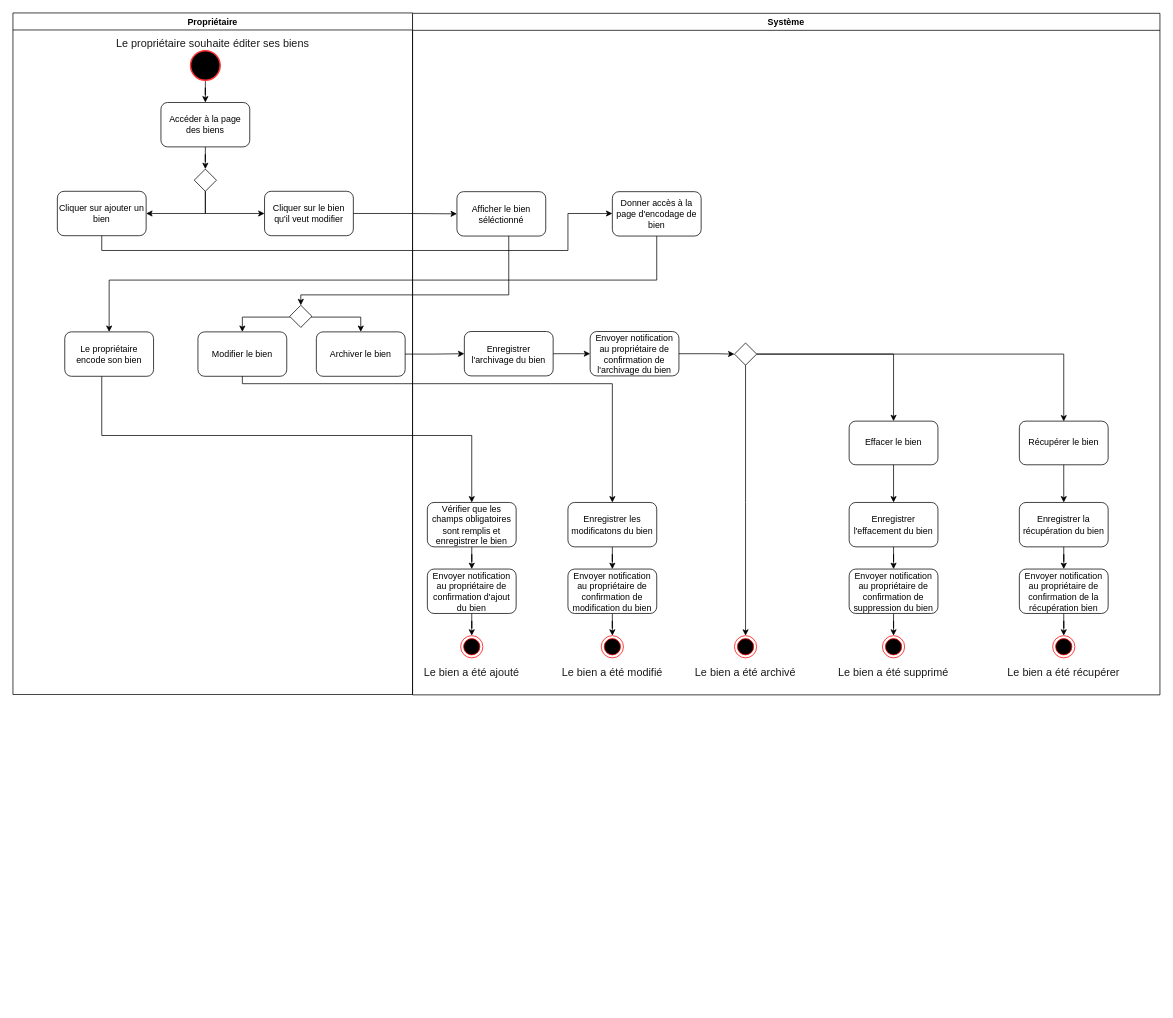
Before: page "Editer bien" (10 of 20) of Ko-loc (1).drawio in Julienthum/Co-Lock, a draw.io diagram. Source tidied: cells renumbered, new cells numbered last; positions are measured from the earlier drawing's top-left corner, leaving out a move shared by most shapes. Both pictures are drawn from the tidied source at 74%, with x=0, y=0 at pixel (13, 13).
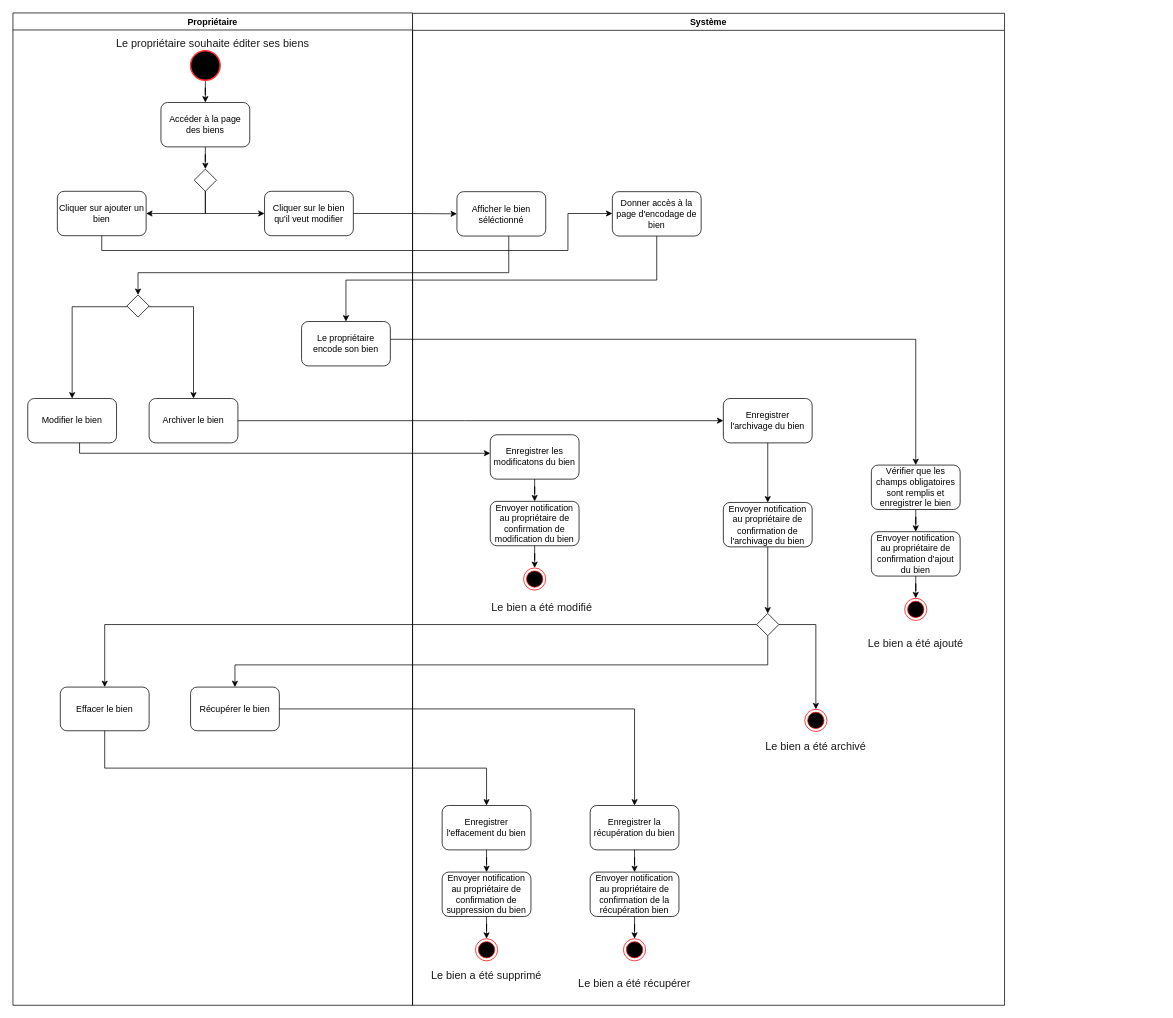
The same diagram, later.

Unchanged cells that the change refers to:
```xml
<mxCell id="20" value="Afficher le bien séléctionné" style="rounded=1;whiteSpace=wrap;html=1;fontSize=12;strokeColor=#000000;fillColor=#FFFFFF;" parent="19" vertex="1">
  <mxGeometry x="60" y="241" width="120" height="60" as="geometry" />
</mxCell>
<mxCell id="25" value="Donner accès à la page d'encodage de bien" style="rounded=1;whiteSpace=wrap;html=1;fontSize=12;strokeColor=#000000;fillColor=#FFFFFF;" parent="19" vertex="1">
  <mxGeometry x="270" y="241" width="120" height="60" as="geometry" />
</mxCell>
```

Change to the diagram source:
```diff
@@
     <mxCell id="2" value="Propriétaire" style="swimlane;fontSize=12;strokeColor=#000000;fillColor=#FFFFFF;startSize=23;" parent="1" vertex="1">
-      <mxGeometry width="540" height="921" as="geometry" />
+      <mxGeometry width="540" height="1341" as="geometry" />
     </mxCell>
@@
     <mxCell id="13" style="edgeStyle=orthogonalEdgeStyle;rounded=0;jettySize=auto;html=1;entryX=0.5;entryY=0;entryDx=0;entryDy=0;fontSize=12;" parent="2" edge="1" source="15" target="16">
       <mxGeometry relative="1" as="geometry">
         <Array as="points">
-          <mxPoint x="470" y="411" />
+          <mxPoint x="244" y="397" />
         </Array>
       </mxGeometry>
     </mxCell>
-    <mxCell id="14" style="edgeStyle=orthogonalEdgeStyle;rounded=0;jettySize=auto;html=1;entryX=0.5;entryY=0;entryDx=0;entryDy=0;fontSize=12;" parent="2" edge="1" source="15" target="17">
+    <mxCell id="14" style="edgeStyle=orthogonalEdgeStyle;rounded=0;jettySize=auto;html=1;fontSize=12;entryX=0.5;entryY=0;entryDx=0;entryDy=0;" parent="2" edge="1" source="15" target="17">
       <mxGeometry relative="1" as="geometry">
         <Array as="points">
-          <mxPoint x="310" y="411" />
+          <mxPoint x="80" y="397" />
         </Array>
       </mxGeometry>
     </mxCell>
     <mxCell id="15" style="rhombus;whiteSpace=wrap;html=1;fontSize=12;strokeColor=#000000;fillColor=#FFFFFF;" parent="2" vertex="1">
-      <mxGeometry x="374" y="395" width="30" height="30" as="geometry" />
+      <mxGeometry x="154" y="381" width="30" height="30" as="geometry" />
     </mxCell>
     <mxCell id="16" value="Archiver le bien" style="rounded=1;whiteSpace=wrap;html=1;fontSize=12;strokeColor=#000000;fillColor=#FFFFFF;" parent="2" vertex="1">
-      <mxGeometry x="410" y="431" width="120" height="60" as="geometry" />
+      <mxGeometry x="184" y="521" width="120" height="60" as="geometry" />
     </mxCell>
     <mxCell id="17" value="Modifier le bien" style="rounded=1;whiteSpace=wrap;html=1;fontSize=12;strokeColor=#000000;fillColor=#FFFFFF;" parent="2" vertex="1">
-      <mxGeometry x="250" y="431" width="120" height="60" as="geometry" />
+      <mxGeometry x="20" y="521" width="120" height="60" as="geometry" />
     </mxCell>
-    <mxCell id="18" value="Le propriétaire encode son bien" style="rounded=1;whiteSpace=wrap;html=1;fontSize=12;strokeColor=#000000;fillColor=#FFFFFF;" parent="2" vertex="1">
-      <mxGeometry x="70" y="431" width="120" height="60" as="geometry" />
-    </mxCell>
+    <mxCell id="40" value="Effacer le bien" style="rounded=1;whiteSpace=wrap;html=1;fontSize=12;strokeColor=#000000;fillColor=#FFFFFF;" parent="2" vertex="1">
+      <mxGeometry x="64" y="911" width="120" height="59" as="geometry" />
+    </mxCell>
+    <mxCell id="54" value="Récupérer le bien" style="rounded=1;whiteSpace=wrap;html=1;fontSize=12;strokeColor=#000000;fillColor=#FFFFFF;" parent="2" vertex="1">
+      <mxGeometry x="240" y="911" width="120" height="59" as="geometry" />
+    </mxCell>
     <mxCell id="19" value="Système" style="swimlane;fontSize=12;strokeColor=#000000;fillColor=#FFFFFF;" parent="1" vertex="1">
-      <mxGeometry x="540" y="0.5" width="1010" height="921" as="geometry" />
+      <mxGeometry x="540" y="0.5" width="800" height="1340.5" as="geometry" />
     </mxCell>
@@
     <mxCell id="22" value="Enregistrer l'effacement du bien" style="rounded=1;whiteSpace=wrap;html=1;fontSize=12;strokeColor=#000000;fillColor=#FFFFFF;" parent="19" vertex="1">
-      <mxGeometry x="590" y="661" width="120" height="60" as="geometry" />
+      <mxGeometry x="40" y="1070.5" width="120" height="60" as="geometry" />
     </mxCell>
-    <mxCell id="23" style="edgeStyle=orthogonalEdgeStyle;rounded=0;jettySize=auto;html=1;fontSize=12;" parent="19" edge="1" source="24" target="31">
-      <mxGeometry relative="1" as="geometry" />
-    </mxCell>
-    <mxCell id="24" value="Enregistrer les modificatons du bien" style="rounded=1;whiteSpace=wrap;html=1;fontSize=12;strokeColor=#000000;fillColor=#FFFFFF;" parent="19" vertex="1">
-      <mxGeometry x="210" y="661" width="120" height="60" as="geometry" />
-    </mxCell>
@@
     <mxCell id="27" value="Vérifier que les champs obligatoires sont remplis et enregistrer le bien" style="rounded=1;whiteSpace=wrap;html=1;fontSize=12;strokeColor=#000000;fillColor=#FFFFFF;" parent="19" vertex="1">
-      <mxGeometry x="20" y="661" width="120" height="60" as="geometry" />
+      <mxGeometry x="620" y="610.5" width="120" height="60" as="geometry" />
     </mxCell>
@@
     <mxCell id="29" value="Envoyer notification au propriétaire de confirmation d'ajout du bien" style="rounded=1;whiteSpace=wrap;html=1;fontSize=12;strokeColor=#000000;fillColor=#FFFFFF;" parent="19" vertex="1">
-      <mxGeometry x="20" y="751" width="120" height="60" as="geometry" />
+      <mxGeometry x="620" y="700.5" width="120" height="60" as="geometry" />
     </mxCell>
-    <mxCell id="30" style="edgeStyle=orthogonalEdgeStyle;rounded=0;jettySize=auto;html=1;entryX=0.5;entryY=0;entryDx=0;entryDy=0;fontSize=12;" parent="19" edge="1" source="31" target="35">
-      <mxGeometry relative="1" as="geometry" />
-    </mxCell>
-    <mxCell id="31" value="Envoyer notification au propriétaire de confirmation de modification du bien" style="rounded=1;whiteSpace=wrap;html=1;fontSize=12;strokeColor=#000000;fillColor=#FFFFFF;" parent="19" vertex="1">
-      <mxGeometry x="210" y="751" width="120" height="60" as="geometry" />
-    </mxCell>
@@
     <mxCell id="33" value="Envoyer notification au propriétaire de confirmation de suppression du bien" style="rounded=1;whiteSpace=wrap;html=1;fontSize=12;strokeColor=#000000;fillColor=#FFFFFF;" parent="19" vertex="1">
-      <mxGeometry x="590" y="751" width="120" height="60" as="geometry" />
+      <mxGeometry x="40" y="1160.5" width="120" height="60" as="geometry" />
     </mxCell>
     <mxCell id="34" style="ellipse;html=1;shape=endState;fillColor=#000000;strokeColor=#ff0000;fontSize=12;" parent="19" vertex="1">
-      <mxGeometry x="65" y="841" width="30" height="30" as="geometry" />
+      <mxGeometry x="665" y="790.5" width="30" height="30" as="geometry" />
     </mxCell>
-    <mxCell id="35" style="ellipse;html=1;shape=endState;fillColor=#000000;strokeColor=#ff0000;fontSize=12;" parent="19" vertex="1">
-      <mxGeometry x="255" y="841" width="30" height="30" as="geometry" />
-    </mxCell>
     <mxCell id="36" style="ellipse;html=1;shape=endState;fillColor=#000000;strokeColor=#ff0000;fontSize=12;" parent="19" vertex="1">
-      <mxGeometry x="635" y="841" width="30" height="30" as="geometry" />
+      <mxGeometry x="85" y="1250.5" width="30" height="30" as="geometry" />
     </mxCell>
     <mxCell id="37" value="&lt;font color=&quot;#1a1a1a&quot; face=&quot;calibri, sans-serif&quot;&gt;&lt;span style=&quot;font-size: 14.6667px&quot;&gt;Le bien a été ajouté&lt;/span&gt;&lt;/font&gt;" style="text;html=1;strokeColor=none;fillColor=none;align=center;verticalAlign=middle;whiteSpace=wrap;rounded=0;fontSize=14;" parent="19" vertex="1">
-      <mxGeometry x="-10" y="881" width="180" height="20" as="geometry" />
+      <mxGeometry x="590" y="841" width="180" height="20" as="geometry" />
     </mxCell>
-    <mxCell id="38" value="&lt;font color=&quot;#1a1a1a&quot; face=&quot;calibri, sans-serif&quot;&gt;&lt;span style=&quot;font-size: 14.6667px&quot;&gt;Le bien a été modifié&lt;/span&gt;&lt;/font&gt;" style="text;html=1;strokeColor=none;fillColor=none;align=center;verticalAlign=middle;whiteSpace=wrap;rounded=0;fontSize=14;" parent="19" vertex="1">
-      <mxGeometry x="180" y="881" width="180" height="20" as="geometry" />
-    </mxCell>
     <mxCell id="39" value="&lt;font color=&quot;#1a1a1a&quot; face=&quot;calibri, sans-serif&quot;&gt;&lt;span style=&quot;font-size: 14.6667px&quot;&gt;Le bien a été supprimé&lt;/span&gt;&lt;/font&gt;" style="text;html=1;strokeColor=none;fillColor=none;align=center;verticalAlign=middle;whiteSpace=wrap;rounded=0;fontSize=14;" parent="19" vertex="1">
-      <mxGeometry x="560" y="881" width="180" height="20" as="geometry" />
+      <mxGeometry x="10" y="1290.5" width="180" height="20" as="geometry" />
     </mxCell>
-    <mxCell id="40" value="Effacer le bien" style="rounded=1;whiteSpace=wrap;html=1;fontSize=12;strokeColor=#000000;fillColor=#FFFFFF;" parent="19" vertex="1">
-      <mxGeometry x="590" y="551.1" width="120" height="59" as="geometry" />
-    </mxCell>
-    <mxCell id="41" style="edgeStyle=orthogonalEdgeStyle;rounded=0;jettySize=auto;html=1;entryX=0.5;entryY=0;entryDx=0;entryDy=0;fontSize=12;startArrow=none;exitX=0.5;exitY=1;exitDx=0;exitDy=0;" parent="19" edge="1" source="40" target="22">
-      <mxGeometry relative="1" as="geometry" />
-    </mxCell>
     <mxCell id="42" value="Enregistrer l'archivage du bien" style="rounded=1;whiteSpace=wrap;html=1;fontSize=12;strokeColor=#000000;fillColor=#FFFFFF;" parent="19" vertex="1">
-      <mxGeometry x="70" y="430" width="120" height="60" as="geometry" />
+      <mxGeometry x="420" y="520.5" width="120" height="60" as="geometry" />
     </mxCell>
+    <mxCell id="57" style="edgeStyle=orthogonalEdgeStyle;rounded=0;jettySize=auto;html=1;entryX=0.5;entryY=0;entryDx=0;entryDy=0;" parent="19" edge="1" source="43" target="47">
+      <mxGeometry relative="1" as="geometry" />
+    </mxCell>
     <mxCell id="43" value="Envoyer notification au propriétaire de confirmation de l'archivage du bien" style="rounded=1;whiteSpace=wrap;html=1;fontSize=12;strokeColor=#000000;fillColor=#FFFFFF;" parent="19" vertex="1">
-      <mxGeometry x="240" y="430" width="120" height="60" as="geometry" />
+      <mxGeometry x="420" y="661" width="120" height="60" as="geometry" />
     </mxCell>
@@
     <mxCell id="45" style="ellipse;html=1;shape=endState;fillColor=#000000;strokeColor=#ff0000;fontSize=12;" parent="19" vertex="1">
-      <mxGeometry x="435" y="841" width="30" height="30" as="geometry" />
+      <mxGeometry x="530" y="940.5" width="30" height="30" as="geometry" />
     </mxCell>
     <mxCell id="46" value="&lt;font color=&quot;#1a1a1a&quot; face=&quot;calibri, sans-serif&quot;&gt;&lt;span style=&quot;font-size: 14.6667px&quot;&gt;Le bien a été archivé&lt;/span&gt;&lt;/font&gt;" style="text;html=1;strokeColor=none;fillColor=none;align=center;verticalAlign=middle;whiteSpace=wrap;rounded=0;fontSize=14;" parent="19" vertex="1">
-      <mxGeometry x="360" y="881" width="180" height="20" as="geometry" />
+      <mxGeometry x="455" y="980.5" width="180" height="20" as="geometry" />
     </mxCell>
+    <mxCell id="56" style="edgeStyle=orthogonalEdgeStyle;rounded=0;jettySize=auto;html=1;entryX=0.5;entryY=0;entryDx=0;entryDy=0;" parent="19" edge="1" source="47" target="45">
+      <mxGeometry relative="1" as="geometry">
+        <Array as="points">
+          <mxPoint x="545" y="826" />
+        </Array>
+      </mxGeometry>
+    </mxCell>
     <mxCell id="47" style="rhombus;whiteSpace=wrap;html=1;fontSize=12;strokeColor=#000000;fillColor=#FFFFFF;" parent="19" vertex="1">
-      <mxGeometry x="435" y="445.5" width="30" height="30" as="geometry" />
+      <mxGeometry x="465" y="811" width="30" height="30" as="geometry" />
     </mxCell>
     <mxCell id="48" value="Enregistrer la récupération du bien" style="rounded=1;whiteSpace=wrap;html=1;fontSize=12;strokeColor=#000000;fillColor=#FFFFFF;" parent="19" vertex="1">
-      <mxGeometry x="820" y="661" width="120" height="60" as="geometry" />
+      <mxGeometry x="240" y="1070.5" width="120" height="60" as="geometry" />
     </mxCell>
     <mxCell id="49" value="Envoyer notification au propriétaire de confirmation de la récupération bien" style="rounded=1;whiteSpace=wrap;html=1;fontSize=12;strokeColor=#000000;fillColor=#FFFFFF;" parent="19" vertex="1">
-      <mxGeometry x="820" y="751" width="120" height="60" as="geometry" />
+      <mxGeometry x="240" y="1160.5" width="120" height="60" as="geometry" />
     </mxCell>
@@
     <mxCell id="51" style="ellipse;html=1;shape=endState;fillColor=#000000;strokeColor=#ff0000;fontSize=12;" parent="19" vertex="1">
-      <mxGeometry x="865" y="841" width="30" height="30" as="geometry" />
+      <mxGeometry x="285" y="1250.5" width="30" height="30" as="geometry" />
     </mxCell>
@@
     <mxCell id="53" value="&lt;font color=&quot;#1a1a1a&quot; face=&quot;calibri, sans-serif&quot;&gt;&lt;span style=&quot;font-size: 14.6667px&quot;&gt;Le bien a été récupérer&lt;/span&gt;&lt;/font&gt;" style="text;html=1;strokeColor=none;fillColor=none;align=center;verticalAlign=middle;whiteSpace=wrap;rounded=0;fontSize=14;" parent="19" vertex="1">
-      <mxGeometry x="790" y="881" width="180" height="20" as="geometry" />
+      <mxGeometry x="210" y="1301" width="180" height="20" as="geometry" />
     </mxCell>
-    <mxCell id="54" value="Récupérer le bien" style="rounded=1;whiteSpace=wrap;html=1;fontSize=12;strokeColor=#000000;fillColor=#FFFFFF;" parent="19" vertex="1">
-      <mxGeometry x="820" y="551.1" width="120" height="59" as="geometry" />
-    </mxCell>
-    <mxCell id="55" style="edgeStyle=orthogonalEdgeStyle;rounded=0;jettySize=auto;html=1;entryX=0.5;entryY=0;entryDx=0;entryDy=0;fontSize=12;startArrow=none;exitX=0.5;exitY=1;exitDx=0;exitDy=0;" parent="19" edge="1" source="54" target="48">
-      <mxGeometry relative="1" as="geometry" />
-    </mxCell>
-    <mxCell id="56" style="edgeStyle=orthogonalEdgeStyle;rounded=0;jettySize=auto;html=1;entryX=0.5;entryY=0;entryDx=0;entryDy=0;fontSize=12;startArrow=none;exitX=0.5;exitY=1;exitDx=0;exitDy=0;" parent="19" edge="1" source="47" target="45">
-      <mxGeometry relative="1" as="geometry">
-        <Array as="points">
-          <mxPoint x="450" y="661" />
-          <mxPoint x="450" y="661" />
-        </Array>
-      </mxGeometry>
-    </mxCell>
-    <mxCell id="57" style="edgeStyle=orthogonalEdgeStyle;rounded=0;jettySize=auto;html=1;fontSize=12;startArrow=none;exitX=1;exitY=0.5;exitDx=0;exitDy=0;entryX=0;entryY=0.5;entryDx=0;entryDy=0;" parent="19" edge="1" source="43" target="47">
-      <mxGeometry relative="1" as="geometry">
-        <Array as="points">
-          <mxPoint x="410" y="460" />
-          <mxPoint x="435" y="461" />
-        </Array>
-      </mxGeometry>
-    </mxCell>
-    <mxCell id="58" style="edgeStyle=orthogonalEdgeStyle;rounded=0;jettySize=auto;html=1;fontSize=12;startArrow=none;exitX=1;exitY=0.5;exitDx=0;exitDy=0;entryX=0.5;entryY=0;entryDx=0;entryDy=0;" parent="19" edge="1" source="47" target="40">
-      <mxGeometry relative="1" as="geometry">
-        <Array as="points">
-          <mxPoint x="650" y="461" />
-        </Array>
-      </mxGeometry>
-    </mxCell>
-    <mxCell id="59" style="edgeStyle=orthogonalEdgeStyle;rounded=0;orthogonalLoop=1;jettySize=auto;html=1;fontSize=12;startArrow=none;exitX=1;exitY=0.5;exitDx=0;exitDy=0;" parent="19" edge="1">
-      <mxGeometry relative="1" as="geometry">
-        <mxPoint x="465" y="460.5" as="sourcePoint" />
-        <mxPoint x="880" y="551.5" as="targetPoint" />
-        <Array as="points">
-          <mxPoint x="880" y="461" />
-          <mxPoint x="880" y="551" />
-        </Array>
-      </mxGeometry>
-    </mxCell>
+    <mxCell id="24" value="Enregistrer les modificatons du bien" style="rounded=1;whiteSpace=wrap;html=1;fontSize=12;strokeColor=#000000;fillColor=#FFFFFF;" parent="19" vertex="1">
+      <mxGeometry x="105" y="569.5" width="120" height="60" as="geometry" />
+    </mxCell>
+    <mxCell id="31" value="Envoyer notification au propriétaire de confirmation de modification du bien" style="rounded=1;whiteSpace=wrap;html=1;fontSize=12;strokeColor=#000000;fillColor=#FFFFFF;" parent="19" vertex="1">
+      <mxGeometry x="105" y="659.5" width="120" height="60" as="geometry" />
+    </mxCell>
+    <mxCell id="23" style="edgeStyle=orthogonalEdgeStyle;rounded=0;jettySize=auto;html=1;fontSize=12;" parent="19" edge="1" source="24" target="31">
+      <mxGeometry relative="1" as="geometry" />
+    </mxCell>
+    <mxCell id="35" style="ellipse;html=1;shape=endState;fillColor=#000000;strokeColor=#ff0000;fontSize=12;" parent="19" vertex="1">
+      <mxGeometry x="150" y="749.5" width="30" height="30" as="geometry" />
+    </mxCell>
+    <mxCell id="38" value="&lt;font color=&quot;#1a1a1a&quot; face=&quot;calibri, sans-serif&quot;&gt;&lt;span style=&quot;font-size: 14.6667px&quot;&gt;Le bien a été modifié&lt;/span&gt;&lt;/font&gt;" style="text;html=1;strokeColor=none;fillColor=none;align=center;verticalAlign=middle;whiteSpace=wrap;rounded=0;fontSize=14;" parent="19" vertex="1">
+      <mxGeometry x="85" y="792.5" width="180" height="20" as="geometry" />
+    </mxCell>
+    <mxCell id="30" style="edgeStyle=orthogonalEdgeStyle;rounded=0;jettySize=auto;html=1;entryX=0.5;entryY=0;entryDx=0;entryDy=0;fontSize=12;" parent="19" edge="1" source="31" target="35">
+      <mxGeometry relative="1" as="geometry" />
+    </mxCell>
@@
     <mxCell id="61" style="edgeStyle=orthogonalEdgeStyle;rounded=0;jettySize=auto;html=1;entryX=0.5;entryY=0;entryDx=0;entryDy=0;fontSize=12;" parent="1" edge="1" source="20" target="15">
       <mxGeometry relative="1" as="geometry">
         <Array as="points">
-          <mxPoint x="670" y="381" />
-          <mxPoint x="389" y="381" />
+          <mxPoint x="670" y="351" />
+          <mxPoint x="169" y="351" />
         </Array>
       </mxGeometry>
     </mxCell>
-    <mxCell id="62" style="edgeStyle=orthogonalEdgeStyle;rounded=0;jettySize=auto;html=1;fontSize=12;" parent="1" edge="1" source="17" target="24">
-      <mxGeometry relative="1" as="geometry">
-        <Array as="points">
-          <mxPoint x="310" y="501" />
-          <mxPoint x="810" y="501" />
-        </Array>
-      </mxGeometry>
-    </mxCell>
@@
     <mxCell id="64" style="edgeStyle=orthogonalEdgeStyle;rounded=0;jettySize=auto;html=1;fontSize=12;" parent="1" edge="1" source="25" target="18">
       <mxGeometry relative="1" as="geometry">
         <Array as="points">
           <mxPoint x="870" y="361" />
-          <mxPoint x="130" y="361" />
+          <mxPoint x="450" y="361" />
         </Array>
       </mxGeometry>
     </mxCell>
     <mxCell id="65" style="edgeStyle=orthogonalEdgeStyle;rounded=0;jettySize=auto;html=1;fontSize=12;" parent="1" edge="1" source="18" target="27">
       <mxGeometry relative="1" as="geometry">
         <Array as="points">
-          <mxPoint x="120" y="571" />
-          <mxPoint x="620" y="571" />
+          <mxPoint x="1220" y="441" />
         </Array>
       </mxGeometry>
     </mxCell>
+    <mxCell id="18" value="Le propriétaire encode son bien" style="rounded=1;whiteSpace=wrap;html=1;fontSize=12;strokeColor=#000000;fillColor=#FFFFFF;" parent="1" vertex="1">
+      <mxGeometry x="390" y="417" width="120" height="60" as="geometry" />
+    </mxCell>
-    <mxCell id="66" style="edgeStyle=orthogonalEdgeStyle;rounded=0;jettySize=auto;html=1;exitX=1;exitY=0.5;exitDx=0;exitDy=0;" parent="1" edge="1" source="16" target="42">
-      <mxGeometry relative="1" as="geometry" />
+    <mxCell id="66" style="edgeStyle=orthogonalEdgeStyle;rounded=0;jettySize=auto;html=1;entryX=0;entryY=0.5;entryDx=0;entryDy=0;" parent="1" edge="1" source="16" target="42">
+      <mxGeometry relative="1" as="geometry">
+        <Array as="points">
+          <mxPoint x="610" y="551" />
+        </Array>
+      </mxGeometry>
     </mxCell>
+    <mxCell id="62" style="edgeStyle=orthogonalEdgeStyle;rounded=0;jettySize=auto;html=1;fontSize=12;" parent="1" edge="1" source="17" target="24">
+      <mxGeometry relative="1" as="geometry">
+        <Array as="points">
+          <mxPoint x="90" y="595" />
+        </Array>
+      </mxGeometry>
+    </mxCell>
+    <mxCell id="41" style="edgeStyle=orthogonalEdgeStyle;rounded=0;jettySize=auto;html=1;entryX=0.5;entryY=0;entryDx=0;entryDy=0;fontSize=12;startArrow=none;exitX=0.5;exitY=1;exitDx=0;exitDy=0;" parent="1" edge="1" source="40" target="22">
+      <mxGeometry relative="1" as="geometry" />
+    </mxCell>
+    <mxCell id="58" style="edgeStyle=orthogonalEdgeStyle;rounded=0;jettySize=auto;html=1;entryX=0.5;entryY=0;entryDx=0;entryDy=0;exitX=0;exitY=0.5;exitDx=0;exitDy=0;" parent="1" edge="1" source="47" target="40">
+      <mxGeometry relative="1" as="geometry">
+        <Array as="points">
+          <mxPoint x="124" y="826" />
+        </Array>
+      </mxGeometry>
+    </mxCell>
+    <mxCell id="67" style="edgeStyle=orthogonalEdgeStyle;rounded=0;jettySize=auto;html=1;entryX=0.5;entryY=0;entryDx=0;entryDy=0;" parent="1" edge="1" source="47" target="54">
+      <mxGeometry relative="1" as="geometry">
+        <Array as="points">
+          <mxPoint x="1020" y="881" />
+          <mxPoint x="300" y="881" />
+        </Array>
+      </mxGeometry>
+    </mxCell>
+    <mxCell id="55" style="edgeStyle=orthogonalEdgeStyle;rounded=0;jettySize=auto;html=1;entryX=0.5;entryY=0;entryDx=0;entryDy=0;" parent="1" edge="1" source="54" target="48">
+      <mxGeometry relative="1" as="geometry" />
+    </mxCell>
```
